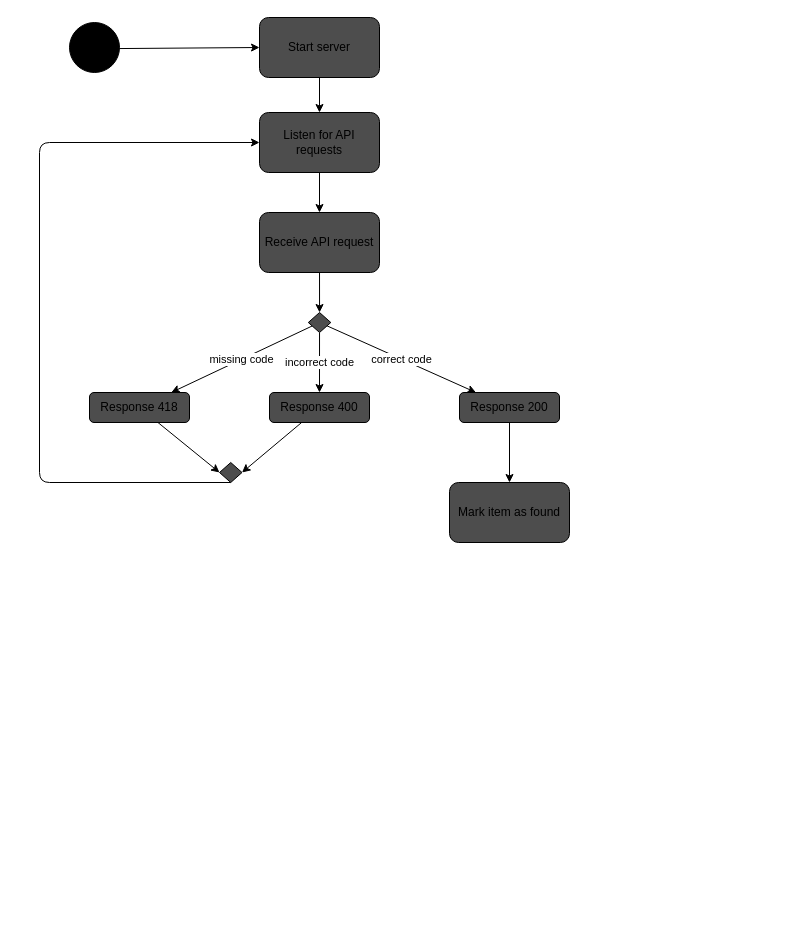
Before: activity.drawio in mrslvs/arthunt, a draw.io diagram. Source tidied: cells renumbered, new cells numbered last; positions are measured from the earlier drawing's top-left corner, leaving out a move shared by most shapes. Both pictures are drawn from the tidied source at 100%, with x=0, y=0 at pixel (39, 17).
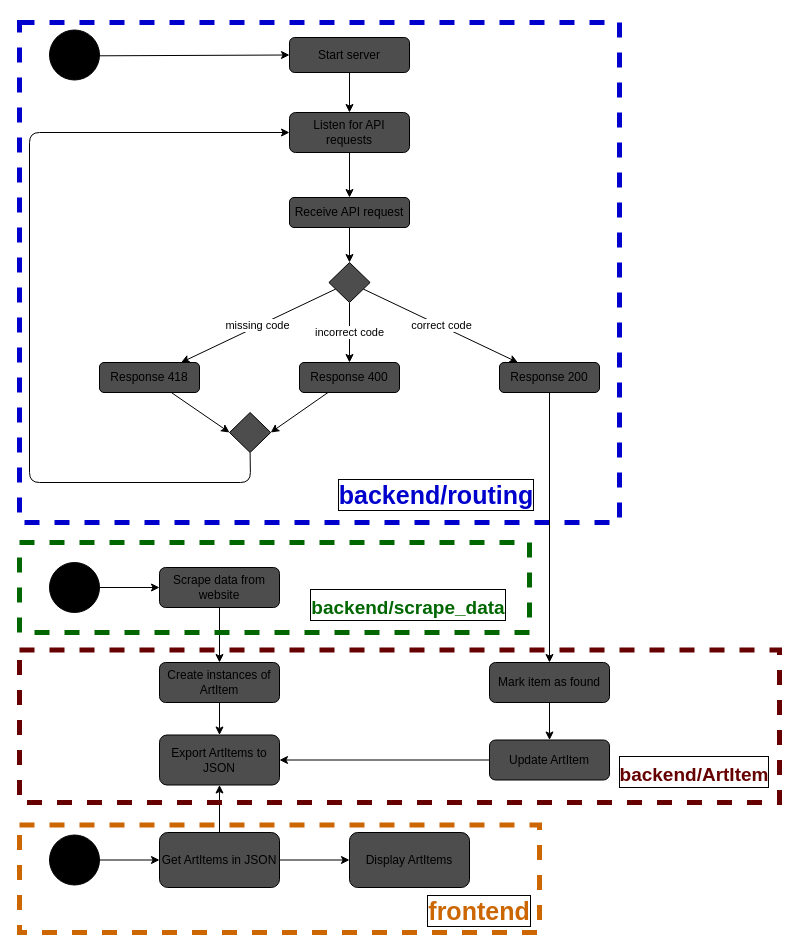
After the change.

Commit message:
add more activities to activity diagram

The edit, as a diff of the source:
```diff
@@
+    <mxCell id="23" value="&lt;b&gt;&lt;font color=&quot;#cc6600&quot;&gt;frontend&lt;/font&gt;&lt;/b&gt;" style="rounded=0;whiteSpace=wrap;html=1;dashed=1;labelBackgroundColor=#FFFFFF;labelBorderColor=default;fontSize=25;fontColor=#0000CC;strokeColor=#CC6600;strokeWidth=5;fillColor=none;gradientColor=#ffffff;align=center;labelPosition=center;verticalLabelPosition=bottom;verticalAlign=top;imageAspect=1;movableLabel=1;" parent="1" vertex="1">
+      <mxGeometry x="-20" y="807.5" width="520" height="107.5" as="geometry">
+        <mxPoint x="200" y="-44" as="offset" />
+      </mxGeometry>
+    </mxCell>
+    <mxCell id="24" value="&lt;font style=&quot;font-size: 25px&quot; color=&quot;#0000cc&quot;&gt;&lt;b&gt;backend/routing&lt;/b&gt;&lt;/font&gt;" style="rounded=0;dashed=1;strokeColor=#0000CC;strokeWidth=5;fillColor=none;gradientColor=#ffffff;labelPosition=center;verticalLabelPosition=bottom;align=center;verticalAlign=top;html=1;fontSize=21;labelBackgroundColor=#FFFFFF;labelBorderColor=default;horizontal=1;whiteSpace=wrap;movableLabel=1;" parent="1" vertex="1">
+      <mxGeometry x="-20" y="5" width="600" height="500" as="geometry">
+        <mxPoint x="117" y="-50" as="offset" />
+      </mxGeometry>
+    </mxCell>
@@
     <mxCell id="3" style="ellipse;whiteSpace=wrap;html=1;fillColor=#000000;" parent="1" vertex="1">
-      <mxGeometry x="30" y="5" width="50" height="50" as="geometry" />
+      <mxGeometry x="10" y="12.5" width="50" height="50" as="geometry" />
     </mxCell>
@@
     <mxCell id="5" value="Start server" style="rounded=1;whiteSpace=wrap;html=1;fillColor=#4D4D4D;" parent="1" vertex="1">
-      <mxGeometry x="220" width="120" height="60" as="geometry" />
+      <mxGeometry x="250" y="20" width="120" height="35" as="geometry" />
     </mxCell>
@@
     <mxCell id="7" value="Listen for API requests" style="rounded=1;whiteSpace=wrap;html=1;fillColor=#4D4D4D;" parent="1" vertex="1">
-      <mxGeometry x="220" y="95" width="120" height="60" as="geometry" />
+      <mxGeometry x="250" y="95" width="120" height="40" as="geometry" />
     </mxCell>
@@
     <mxCell id="11" style="rhombus;whiteSpace=wrap;html=1;fillColor=#4D4D4D;" parent="1" vertex="1">
-      <mxGeometry x="268.8" y="295" width="22.5" height="20" as="geometry" />
+      <mxGeometry x="289.4" y="245" width="41.2" height="40" as="geometry" />
     </mxCell>
-    <mxCell id="12" style="edgeStyle=none;html=1;entryX=0;entryY=0.5;entryDx=0;entryDy=0;" parent="1" edge="1" source="13" target="19">
+    <mxCell id="12" style="edgeStyle=none;html=1;entryX=0;entryY=0.5;entryDx=0;entryDy=0;" parent="1" edge="1" source="13" target="33">
       <mxGeometry relative="1" as="geometry" />
     </mxCell>
     <mxCell id="13" value="Response 418" style="rounded=1;whiteSpace=wrap;html=1;fillColor=#4D4D4D;" parent="1" vertex="1">
-      <mxGeometry x="50" y="375" width="100" height="30" as="geometry" />
+      <mxGeometry x="60" y="345" width="100" height="30" as="geometry" />
     </mxCell>
-    <mxCell id="14" style="edgeStyle=none;html=1;" parent="1" edge="1" source="15" target="22">
+    <mxCell id="14" style="edgeStyle=none;html=1;fontSize=25;fontColor=#0000CC;" parent="1" edge="1" source="15" target="22">
       <mxGeometry relative="1" as="geometry" />
     </mxCell>
     <mxCell id="15" value="Response 200" style="rounded=1;whiteSpace=wrap;html=1;fillColor=#4D4D4D;" parent="1" vertex="1">
-      <mxGeometry x="420" y="375" width="100" height="30" as="geometry" />
+      <mxGeometry x="460" y="345" width="100" height="30" as="geometry" />
     </mxCell>
-    <mxCell id="16" style="edgeStyle=none;html=1;entryX=1;entryY=0.5;entryDx=0;entryDy=0;" parent="1" edge="1" source="17" target="19">
+    <mxCell id="16" style="edgeStyle=none;html=1;entryX=1;entryY=0.5;entryDx=0;entryDy=0;" parent="1" edge="1" source="17" target="33">
       <mxGeometry relative="1" as="geometry" />
     </mxCell>
     <mxCell id="17" value="Response 400" style="rounded=1;whiteSpace=wrap;html=1;fillColor=#4D4D4D;" parent="1" vertex="1">
-      <mxGeometry x="230" y="375" width="100" height="30" as="geometry" />
+      <mxGeometry x="260" y="345" width="100" height="30" as="geometry" />
     </mxCell>
-    <mxCell id="18" style="edgeStyle=none;html=1;entryX=0;entryY=0.5;entryDx=0;entryDy=0;exitX=0.5;exitY=1;exitDx=0;exitDy=0;" parent="1" edge="1" source="19" target="7">
+    <mxCell id="18" style="edgeStyle=none;html=1;entryX=0;entryY=0.5;entryDx=0;entryDy=0;exitX=0.5;exitY=1;exitDx=0;exitDy=0;" parent="1" edge="1" source="33" target="7">
       <mxGeometry relative="1" as="geometry">
         <Array as="points">
-          <mxPoint y="465" />
-          <mxPoint y="125" />
+          <mxPoint x="211" y="465" />
+          <mxPoint x="-10" y="465" />
+          <mxPoint x="-10" y="115" />
         </Array>
       </mxGeometry>
     </mxCell>
-    <mxCell id="19" style="rhombus;whiteSpace=wrap;html=1;fillColor=#4D4D4D;" parent="1" vertex="1">
-      <mxGeometry x="180" y="445" width="22.5" height="20" as="geometry" />
-    </mxCell>
@@
     <mxCell id="21" value="Receive API request" style="rounded=1;whiteSpace=wrap;html=1;fillColor=#4D4D4D;" parent="1" vertex="1">
-      <mxGeometry x="220" y="195" width="120" height="60" as="geometry" />
+      <mxGeometry x="250" y="180" width="120" height="30" as="geometry" />
     </mxCell>
+    <mxCell id="25" style="edgeStyle=none;html=1;entryX=0.5;entryY=0;entryDx=0;entryDy=0;fontSize=25;fontColor=#0000CC;" parent="1" edge="1" source="22" target="41">
+      <mxGeometry relative="1" as="geometry" />
+    </mxCell>
     <mxCell id="22" value="Mark item as found" style="rounded=1;whiteSpace=wrap;html=1;fillColor=#4D4D4D;" parent="1" vertex="1">
-      <mxGeometry x="410" y="465" width="120" height="60" as="geometry" />
+      <mxGeometry x="450" y="645" width="120" height="40" as="geometry" />
     </mxCell>
+    <mxCell id="26" style="edgeStyle=none;html=1;" parent="1" edge="1" source="27" target="29">
+      <mxGeometry relative="1" as="geometry" />
+    </mxCell>
+    <mxCell id="27" style="ellipse;whiteSpace=wrap;html=1;fillColor=#000000;" parent="1" vertex="1">
+      <mxGeometry x="10" y="545" width="50" height="50" as="geometry" />
+    </mxCell>
+    <mxCell id="28" style="edgeStyle=none;html=1;entryX=0.5;entryY=0;entryDx=0;entryDy=0;" parent="1" edge="1" source="29" target="31">
+      <mxGeometry relative="1" as="geometry" />
+    </mxCell>
+    <mxCell id="29" value="Scrape data from website" style="rounded=1;whiteSpace=wrap;html=1;fillColor=#4D4D4D;" parent="1" vertex="1">
+      <mxGeometry x="120" y="550" width="120" height="40" as="geometry" />
+    </mxCell>
+    <mxCell id="30" style="edgeStyle=none;html=1;" parent="1" edge="1" source="31" target="32">
+      <mxGeometry relative="1" as="geometry" />
+    </mxCell>
+    <mxCell id="31" value="Create instances of ArtItem" style="rounded=1;whiteSpace=wrap;html=1;fillColor=#4D4D4D;" parent="1" vertex="1">
+      <mxGeometry x="120" y="645" width="120" height="40" as="geometry" />
+    </mxCell>
+    <mxCell id="32" value="Export ArtItems to JSON" style="rounded=1;whiteSpace=wrap;html=1;fillColor=#4D4D4D;" parent="1" vertex="1">
+      <mxGeometry x="120" y="717.5" width="120" height="50" as="geometry" />
+    </mxCell>
+    <mxCell id="33" style="rhombus;whiteSpace=wrap;html=1;fillColor=#4D4D4D;" parent="1" vertex="1">
+      <mxGeometry x="190" y="395" width="41.2" height="40" as="geometry" />
+    </mxCell>
+    <mxCell id="34" style="edgeStyle=none;html=1;fontSize=25;fontColor=#0000CC;" parent="1" edge="1" source="35" target="38">
+      <mxGeometry relative="1" as="geometry" />
+    </mxCell>
+    <mxCell id="35" style="ellipse;whiteSpace=wrap;html=1;fillColor=#000000;" parent="1" vertex="1">
+      <mxGeometry x="10" y="817.5" width="50" height="50" as="geometry" />
+    </mxCell>
+    <mxCell id="36" style="edgeStyle=none;html=1;entryX=0.5;entryY=1;entryDx=0;entryDy=0;fontSize=25;fontColor=#0000CC;" parent="1" edge="1" source="38" target="32">
+      <mxGeometry relative="1" as="geometry" />
+    </mxCell>
+    <mxCell id="37" style="edgeStyle=none;html=1;entryX=0;entryY=0.5;entryDx=0;entryDy=0;fontSize=25;fontColor=#0000CC;" parent="1" edge="1" source="38" target="39">
+      <mxGeometry relative="1" as="geometry" />
+    </mxCell>
+    <mxCell id="38" value="Get ArtItems in JSON" style="rounded=1;whiteSpace=wrap;html=1;fillColor=#4D4D4D;" parent="1" vertex="1">
+      <mxGeometry x="120" y="815" width="120" height="55" as="geometry" />
+    </mxCell>
+    <mxCell id="39" value="Display ArtItems" style="rounded=1;whiteSpace=wrap;html=1;fillColor=#4D4D4D;" parent="1" vertex="1">
+      <mxGeometry x="310" y="815" width="120" height="55" as="geometry" />
+    </mxCell>
+    <mxCell id="40" style="edgeStyle=none;html=1;entryX=1;entryY=0.5;entryDx=0;entryDy=0;fontSize=25;fontColor=#0000CC;" parent="1" edge="1" source="41" target="32">
+      <mxGeometry relative="1" as="geometry" />
+    </mxCell>
+    <mxCell id="41" value="Update ArtItem" style="rounded=1;whiteSpace=wrap;html=1;fillColor=#4D4D4D;" parent="1" vertex="1">
+      <mxGeometry x="450" y="722.5" width="120" height="40" as="geometry" />
+    </mxCell>
+    <mxCell id="42" value="&lt;b&gt;&lt;font style=&quot;font-size: 19px&quot; color=&quot;#006600&quot;&gt;backend/scrape_data&lt;/font&gt;&lt;/b&gt;" style="rounded=0;whiteSpace=wrap;html=1;dashed=1;labelBackgroundColor=#FFFFFF;labelBorderColor=default;fontSize=25;fontColor=#0000CC;strokeColor=#006600;strokeWidth=5;fillColor=none;gradientColor=#ffffff;align=center;labelPosition=center;verticalLabelPosition=bottom;verticalAlign=top;imageAspect=1;movableLabel=1;" parent="1" vertex="1">
+      <mxGeometry x="-20" y="525" width="510" height="90" as="geometry">
+        <mxPoint x="134" y="-50" as="offset" />
+      </mxGeometry>
+    </mxCell>
+    <mxCell id="43" value="&lt;b&gt;&lt;font style=&quot;font-size: 19px&quot; color=&quot;#660000&quot;&gt;backend/ArtItem&lt;/font&gt;&lt;/b&gt;" style="rounded=0;whiteSpace=wrap;html=1;dashed=1;labelBackgroundColor=#FFFFFF;labelBorderColor=default;fontSize=25;fontColor=#0000CC;strokeColor=#660000;strokeWidth=5;fillColor=none;gradientColor=#ffffff;align=center;labelPosition=center;verticalLabelPosition=bottom;verticalAlign=top;imageAspect=1;movableLabel=1;" parent="1" vertex="1">
+      <mxGeometry x="-20" y="632.5" width="760" height="152.5" as="geometry">
+        <mxPoint x="295" y="-53" as="offset" />
+      </mxGeometry>
+    </mxCell>
```
